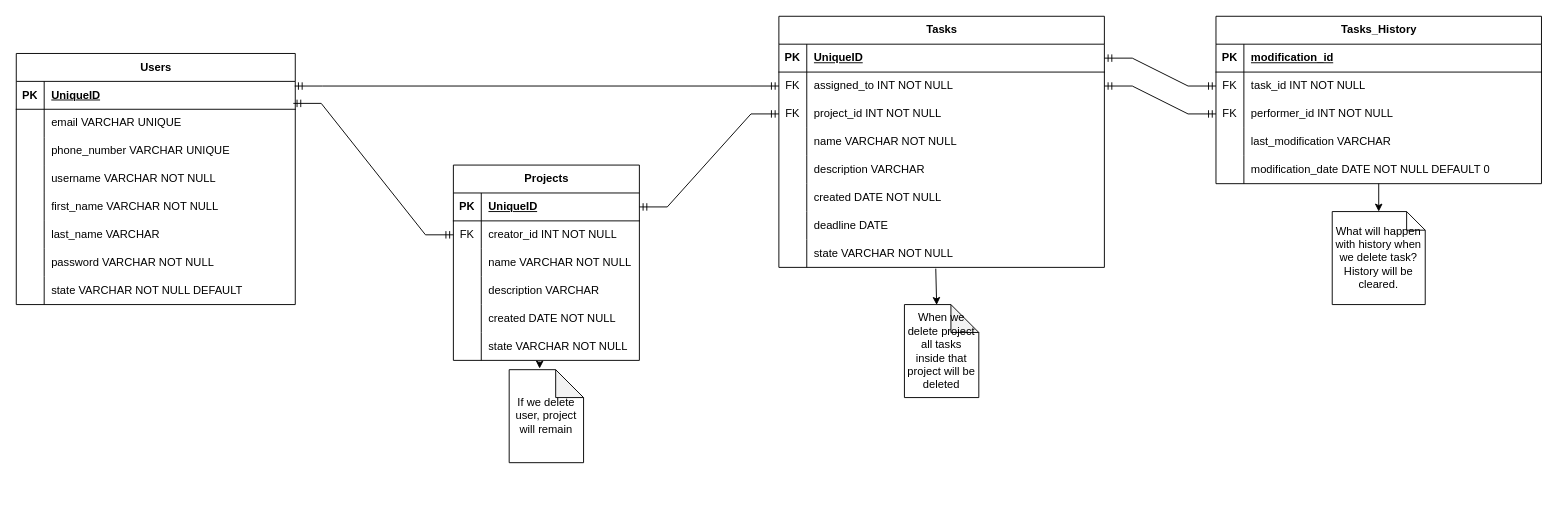
Earlier version of the draw.io diagram ERD.drawio (Aram-TA/test_app). Source tidied: cells renumbered, new cells numbered last; positions are measured from the earlier drawing's top-left corner, leaving out a move shared by most shapes. Both pictures are drawn from the tidied source at 93%, with x=0, y=0 at pixel (16, 16).
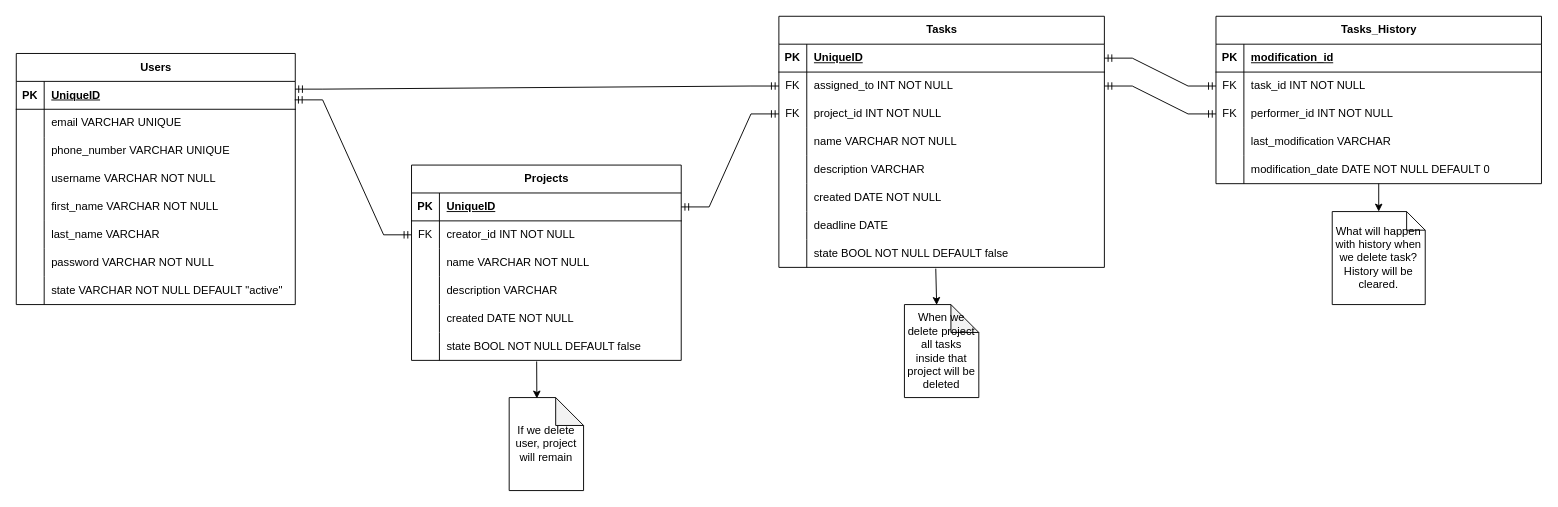
The same page after the edit.

The change refers to these unchanged cells:
```xml
<mxCell id="3" style="shape=tableRow;horizontal=0;startSize=0;swimlaneHead=0;swimlaneBody=0;fillColor=none;points=[[0,0.5],[1,0.5]];portConstraint=eastwest;top=0;left=0;right=0;bottom=1;" parent="2" vertex="1">
  <mxGeometry y="30" width="300" height="30" as="geometry" />
</mxCell>
<mxCell id="24" style="shape=tableRow;horizontal=0;startSize=0;swimlaneHead=0;swimlaneBody=0;fillColor=none;top=0;left=0;right=0;bottom=0;" parent="2" vertex="1">
  <mxGeometry y="240" width="300" height="30" as="geometry" />
</mxCell>
<mxCell id="50" style="shape=tableRow;horizontal=0;startSize=0;swimlaneHead=0;swimlaneBody=0;fillColor=none;points=[[0,0.5],[1,0.5]];portConstraint=eastwest;top=0;left=0;right=0;bottom=0;" parent="46" vertex="1">
  <mxGeometry y="60" width="350" height="30" as="geometry" />
</mxCell>
<mxCell id="68" style="shape=tableRow;horizontal=0;startSize=0;swimlaneHead=0;swimlaneBody=0;fillColor=none;points=[[0,0.5],[1,0.5]];portConstraint=eastwest;top=0;left=0;right=0;bottom=0;" parent="46" vertex="1">
  <mxGeometry y="240" width="350" height="30" as="geometry" />
</mxCell>
```

Change to the diagram source:
```diff
@@
-    <mxCell id="26" value="state VARCHAR NOT NULL DEFAULT" style="shape=partialRectangle;fillColor=none;top=0;left=0;bottom=0;right=0;align=left;spacingLeft=6;overflow=hidden;whiteSpace=wrap;html=1;" parent="24" vertex="1">
+    <mxCell id="26" value="state VARCHAR NOT NULL DEFAULT &quot;active&quot;" style="shape=partialRectangle;fillColor=none;top=0;left=0;bottom=0;right=0;align=left;spacingLeft=6;overflow=hidden;whiteSpace=wrap;html=1;" parent="24" vertex="1">
       <mxGeometry x="30" width="270" height="30" as="geometry" />
     </mxCell>
     <mxCell id="27" value="Projects" style="shape=table;startSize=30;childLayout=tableLayout;rowLines=0;fontStyle=1;align=center;html=1;" parent="1" vertex="1">
-      <mxGeometry x="470" y="160" width="200" height="210" as="geometry" />
+      <mxGeometry x="425" y="160" width="290" height="210" as="geometry" />
     </mxCell>
     <mxCell id="28" style="shape=tableRow;horizontal=0;startSize=0;swimlaneHead=0;swimlaneBody=0;fillColor=none;points=[[0,0.5],[1,0.5]];portConstraint=eastwest;top=0;left=0;right=0;bottom=1;" parent="27" vertex="1">
-      <mxGeometry y="30" width="200" height="30" as="geometry" />
+      <mxGeometry y="30" width="290" height="30" as="geometry" />
     </mxCell>
@@
     <mxCell id="30" value="UniqueID" style="shape=partialRectangle;fillColor=none;top=0;left=0;bottom=0;right=0;align=left;spacingLeft=6;fontStyle=5;overflow=hidden;whiteSpace=wrap;html=1;" parent="28" vertex="1">
-      <mxGeometry x="30" width="170" height="30" as="geometry" />
+      <mxGeometry x="30" width="260" height="30" as="geometry" />
     </mxCell>
     <mxCell id="31" style="shape=tableRow;horizontal=0;startSize=0;swimlaneHead=0;swimlaneBody=0;fillColor=none;points=[[0,0.5],[1,0.5]];portConstraint=eastwest;top=0;left=0;right=0;bottom=0;" parent="27" vertex="1">
-      <mxGeometry y="60" width="200" height="30" as="geometry" />
+      <mxGeometry y="60" width="290" height="30" as="geometry" />
     </mxCell>
@@
     <mxCell id="33" value="creator_id INT NOT NULL" style="shape=partialRectangle;fillColor=none;top=0;left=0;bottom=0;right=0;align=left;spacingLeft=6;overflow=hidden;whiteSpace=wrap;html=1;" parent="31" vertex="1">
-      <mxGeometry x="30" width="170" height="30" as="geometry" />
+      <mxGeometry x="30" width="260" height="30" as="geometry" />
     </mxCell>
     <mxCell id="34" style="shape=tableRow;horizontal=0;startSize=0;swimlaneHead=0;swimlaneBody=0;fillColor=none;top=0;left=0;right=0;bottom=0;" parent="27" vertex="1">
-      <mxGeometry y="90" width="200" height="30" as="geometry" />
+      <mxGeometry y="90" width="290" height="30" as="geometry" />
     </mxCell>
@@
     <mxCell id="36" value="name VARCHAR NOT NULL" style="shape=partialRectangle;fillColor=none;top=0;left=0;bottom=0;right=0;align=left;spacingLeft=6;overflow=hidden;whiteSpace=wrap;html=1;" parent="34" vertex="1">
-      <mxGeometry x="30" width="170" height="30" as="geometry" />
+      <mxGeometry x="30" width="260" height="30" as="geometry" />
     </mxCell>
     <mxCell id="37" style="shape=tableRow;horizontal=0;startSize=0;swimlaneHead=0;swimlaneBody=0;fillColor=none;top=0;left=0;right=0;bottom=0;" parent="27" vertex="1">
-      <mxGeometry y="120" width="200" height="30" as="geometry" />
+      <mxGeometry y="120" width="290" height="30" as="geometry" />
     </mxCell>
@@
     <mxCell id="39" value="description VARCHAR" style="shape=partialRectangle;fillColor=none;top=0;left=0;bottom=0;right=0;align=left;spacingLeft=6;overflow=hidden;whiteSpace=wrap;html=1;" parent="37" vertex="1">
-      <mxGeometry x="30" width="170" height="30" as="geometry" />
+      <mxGeometry x="30" width="260" height="30" as="geometry" />
     </mxCell>
     <mxCell id="40" style="shape=tableRow;horizontal=0;startSize=0;swimlaneHead=0;swimlaneBody=0;fillColor=none;top=0;left=0;right=0;bottom=0;" parent="27" vertex="1">
-      <mxGeometry y="150" width="200" height="30" as="geometry" />
+      <mxGeometry y="150" width="290" height="30" as="geometry" />
     </mxCell>
@@
     <mxCell id="42" value="created DATE NOT NULL" style="shape=partialRectangle;fillColor=none;top=0;left=0;bottom=0;right=0;align=left;spacingLeft=6;overflow=hidden;whiteSpace=wrap;html=1;" parent="40" vertex="1">
-      <mxGeometry x="30" width="170" height="30" as="geometry" />
+      <mxGeometry x="30" width="260" height="30" as="geometry" />
     </mxCell>
     <mxCell id="43" style="shape=tableRow;horizontal=0;startSize=0;swimlaneHead=0;swimlaneBody=0;fillColor=none;points=[[0,0.5],[1,0.5]];portConstraint=eastwest;top=0;left=0;right=0;bottom=0;" parent="27" vertex="1">
-      <mxGeometry y="180" width="200" height="30" as="geometry" />
+      <mxGeometry y="180" width="290" height="30" as="geometry" />
     </mxCell>
@@
-    <mxCell id="45" value="state VARCHAR NOT NULL" style="shape=partialRectangle;fillColor=none;top=0;left=0;bottom=0;right=0;align=left;spacingLeft=6;overflow=hidden;whiteSpace=wrap;html=1;" parent="43" vertex="1">
-      <mxGeometry x="30" width="170" height="30" as="geometry" />
+    <mxCell id="45" value="state BOOL NOT NULL DEFAULT false" style="shape=partialRectangle;fillColor=none;top=0;left=0;bottom=0;right=0;align=left;spacingLeft=6;overflow=hidden;whiteSpace=wrap;html=1;" parent="43" vertex="1">
+      <mxGeometry x="30" width="260" height="30" as="geometry" />
     </mxCell>
@@
-    <mxCell id="70" value="state VARCHAR NOT NULL" style="shape=partialRectangle;fillColor=none;top=0;left=0;bottom=0;right=0;align=left;spacingLeft=6;overflow=hidden;whiteSpace=wrap;html=1;" parent="68" vertex="1">
+    <mxCell id="70" value="state BOOL NOT NULL DEFAULT false" style="shape=partialRectangle;fillColor=none;top=0;left=0;bottom=0;right=0;align=left;spacingLeft=6;overflow=hidden;whiteSpace=wrap;html=1;" parent="68" vertex="1">
       <mxGeometry x="30" width="320" height="30" as="geometry" />
     </mxCell>
-    <mxCell id="71" style="edgeStyle=entityRelationEdgeStyle;fontSize=12;html=1;endArrow=ERmandOne;startArrow=ERmandOne;rounded=0;entryX=0;entryY=0.5;entryDx=0;entryDy=0;exitX=0.998;exitY=0.167;exitDx=0;exitDy=0;exitPerimeter=0;" parent="1" edge="1" source="3" target="50">
+    <mxCell id="71" style="edgeStyle=entityRelationEdgeStyle;fontSize=12;html=1;endArrow=ERmandOne;startArrow=ERmandOne;rounded=0;entryX=0;entryY=0.5;entryDx=0;entryDy=0;exitX=0.999;exitY=0.278;exitDx=0;exitDy=0;exitPerimeter=0;" parent="1" edge="1" source="3" target="50">
       <mxGeometry relative="1" as="geometry" />
     </mxCell>
@@
-    <mxCell id="73" style="edgeStyle=entityRelationEdgeStyle;fontSize=12;html=1;endArrow=ERmandOne;startArrow=ERmandOne;rounded=0;exitX=0.993;exitY=0.789;exitDx=0;exitDy=0;entryX=0;entryY=0.5;entryDx=0;entryDy=0;exitPerimeter=0;" parent="1" edge="1" source="3" target="31">
+    <mxCell id="73" style="edgeStyle=entityRelationEdgeStyle;fontSize=12;html=1;endArrow=ERmandOne;startArrow=ERmandOne;rounded=0;exitX=0.998;exitY=0.663;exitDx=0;exitDy=0;entryX=0;entryY=0.5;entryDx=0;entryDy=0;exitPerimeter=0;" parent="1" edge="1" source="3" target="31">
       <mxGeometry relative="1" as="geometry" />
     </mxCell>
@@
     <mxCell id="95" value="If we delete user, project will remain" style="shape=note;whiteSpace=wrap;html=1;backgroundOutline=1;darkOpacity=0.05;" parent="1" vertex="1">
-      <mxGeometry x="530" y="380" width="80" height="100" as="geometry" />
+      <mxGeometry x="530" y="410" width="80" height="100" as="geometry" />
     </mxCell>
-    <mxCell id="96" style="endArrow=classic;html=1;rounded=0;entryX=0.409;entryY=-0.012;entryDx=0;entryDy=0;entryPerimeter=0;exitX=0.464;exitY=1.038;exitDx=0;exitDy=0;exitPerimeter=0;" parent="1" edge="1" source="43" target="95">
+    <mxCell id="96" style="endArrow=classic;html=1;rounded=0;entryX=0.372;entryY=0.01;entryDx=0;entryDy=0;entryPerimeter=0;exitX=0.464;exitY=1.038;exitDx=0;exitDy=0;exitPerimeter=0;" parent="1" edge="1" source="43" target="95">
       <mxGeometry relative="1" as="geometry" />
     </mxCell>
```
